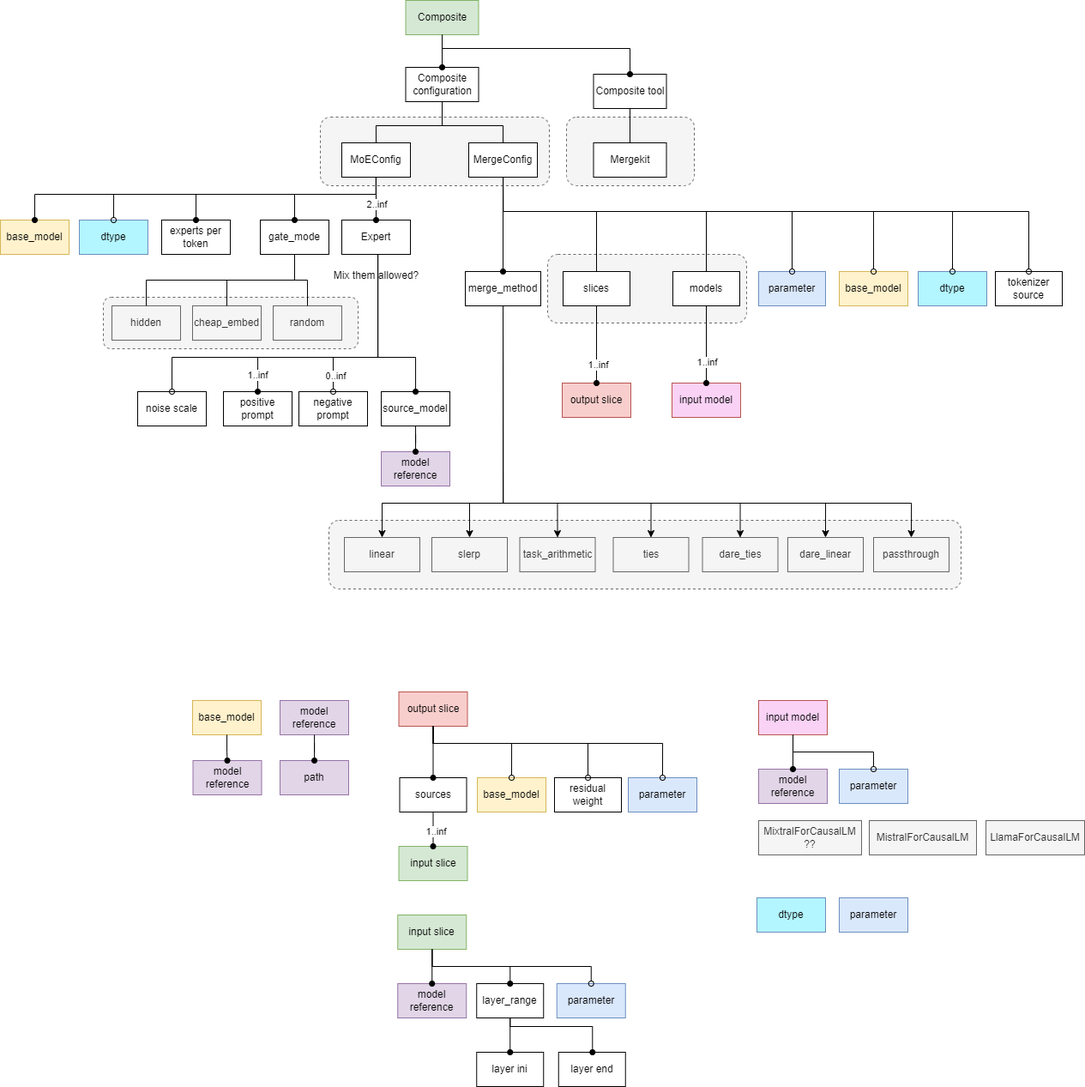
The draw.io diagram docs/source/img/feature_model.png in BESSER-PEARL/spl-for-ai, before a commit. Source tidied: cells renumbered, new cells last; positions are measured from the earlier drawing's top-left corner, leaving out a move shared by most shapes.
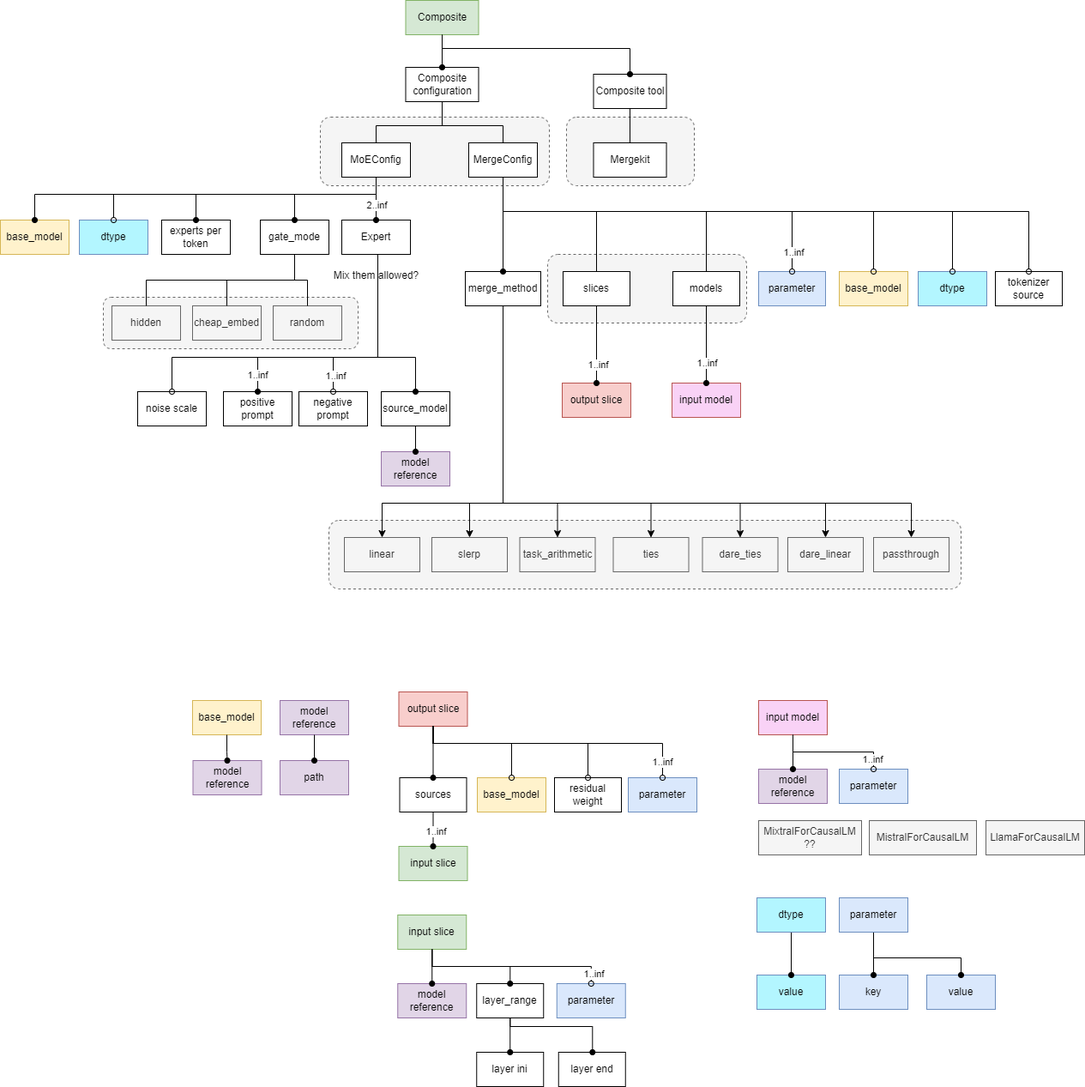
After the change.

What changed in the source:
```diff
@@ -2,6 +2,15 @@
   <root>
     <mxCell id="0" />
     <mxCell id="1" parent="0" />
+    <mxCell id="123" value="value" style="rounded=0;whiteSpace=wrap;html=1;fillColor=#b3f6ff;strokeColor=#6c8ebf;" parent="1" vertex="1">
+      <mxGeometry x="882" y="1136" width="80" height="40" as="geometry" />
+    </mxCell>
+    <mxCell id="124" value="value" style="rounded=0;whiteSpace=wrap;html=1;fillColor=#dae8fc;strokeColor=#6c8ebf;" parent="1" vertex="1">
+      <mxGeometry x="1080" y="1136" width="80" height="40" as="geometry" />
+    </mxCell>
+    <mxCell id="125" value="key" style="rounded=0;whiteSpace=wrap;html=1;fillColor=#dae8fc;strokeColor=#6c8ebf;" parent="1" vertex="1">
+      <mxGeometry x="978" y="1136" width="80" height="40" as="geometry" />
+    </mxCell>
     <mxCell id="2" style="rounded=1;whiteSpace=wrap;html=1;dashed=1;fillColor=#f5f5f5;fontColor=#333333;strokeColor=#666666;" parent="1" vertex="1">
       <mxGeometry x="383" y="606" width="737" height="80" as="geometry" />
     </mxCell>
@@ -124,6 +133,11 @@
         </Array>
       </mxGeometry>
     </mxCell>
+    <mxCell id="126" value="1..inf" style="edgeLabel;html=1;align=center;verticalAlign=middle;" parent="40" vertex="1">
+      <mxGeometry x="0.89" y="3" relative="1" as="geometry">
+        <mxPoint y="1" as="offset" />
+      </mxGeometry>
+    </mxCell>
     <mxCell id="41" value="input slice" style="rounded=0;whiteSpace=wrap;html=1;fillColor=#d5e8d4;strokeColor=#82b366;" parent="1" vertex="1">
       <mxGeometry x="463.2" y="1066" width="80" height="40" as="geometry" />
     </mxCell>
@@ -223,6 +237,9 @@
         </Array>
       </mxGeometry>
     </mxCell>
+    <mxCell id="127" value="1..inf" style="edgeLabel;html=1;align=center;verticalAlign=middle;" parent="68" vertex="1">
+      <mxGeometry x="0.9" y="1" relative="1" as="geometry" />
+    </mxCell>
     <mxCell id="69" style="edgeStyle=orthogonalEdgeStyle;rounded=0;jettySize=auto;html=1;entryX=0.5;entryY=0;entryDx=0;entryDy=0;endArrow=oval;endFill=0;" parent="1" edge="1" source="8" target="55">
       <mxGeometry relative="1" as="geometry">
         <Array as="points">
@@ -272,7 +289,7 @@
         </Array>
       </mxGeometry>
     </mxCell>
-    <mxCell id="77" value="0..inf" style="edgeLabel;html=1;align=center;verticalAlign=middle;" parent="76" vertex="1">
+    <mxCell id="77" value="1..inf" style="edgeLabel;html=1;align=center;verticalAlign=middle;" parent="76" vertex="1">
       <mxGeometry x="0.82" y="2" relative="1" as="geometry" />
     </mxCell>
     <mxCell id="78" style="rounded=0;jettySize=auto;html=1;edgeStyle=orthogonalEdgeStyle;endArrow=oval;endFill=1;" parent="1" edge="1" source="13" target="35">
@@ -504,6 +521,9 @@
         </Array>
       </mxGeometry>
     </mxCell>
+    <mxCell id="128" value="1..inf" style="edgeLabel;html=1;align=center;verticalAlign=middle;" parent="116" vertex="1">
+      <mxGeometry x="0.89" y="-1" relative="1" as="geometry" />
+    </mxCell>
     <mxCell id="117" style="edgeStyle=orthogonalEdgeStyle;rounded=0;jettySize=auto;html=1;endArrow=oval;endFill=1;" parent="1" edge="1" source="51" target="52">
       <mxGeometry relative="1" as="geometry" />
     </mxCell>
@@ -515,6 +535,11 @@
         </Array>
       </mxGeometry>
     </mxCell>
+    <mxCell id="129" value="1..inf" style="edgeLabel;html=1;align=center;verticalAlign=middle;" parent="118" vertex="1">
+      <mxGeometry x="0.8" y="-2" relative="1" as="geometry">
+        <mxPoint y="2" as="offset" />
+      </mxGeometry>
+    </mxCell>
     <mxCell id="119" style="edgeStyle=orthogonalEdgeStyle;rounded=0;orthogonalLoop=1;jettySize=auto;html=1;" parent="1" edge="1">
       <mxGeometry relative="1" as="geometry">
         <mxPoint x="927" y="1056" as="sourcePoint" />
@@ -529,9 +554,23 @@
         </Array>
       </mxGeometry>
     </mxCell>
+    <mxCell id="130" style="edgeStyle=orthogonalEdgeStyle;rounded=0;jettySize=auto;html=1;endArrow=oval;endFill=1;" parent="1" edge="1" source="121" target="123">
+      <mxGeometry relative="1" as="geometry" />
+    </mxCell>
     <mxCell id="121" value="dtype" style="rounded=0;whiteSpace=wrap;html=1;fillColor=#b3f6ff;strokeColor=#6c8ebf;" parent="1" vertex="1">
       <mxGeometry x="882" y="1046" width="80" height="40" as="geometry" />
     </mxCell>
+    <mxCell id="131" style="edgeStyle=orthogonalEdgeStyle;rounded=0;jettySize=auto;html=1;entryX=0.5;entryY=0;entryDx=0;entryDy=0;endArrow=oval;endFill=1;" parent="1" edge="1" source="122" target="125">
+      <mxGeometry relative="1" as="geometry" />
+    </mxCell>
+    <mxCell id="132" style="edgeStyle=orthogonalEdgeStyle;rounded=0;jettySize=auto;html=1;entryX=0.5;entryY=0;entryDx=0;entryDy=0;endArrow=oval;endFill=1;" parent="1" edge="1" source="122" target="124">
+      <mxGeometry relative="1" as="geometry">
+        <Array as="points">
+          <mxPoint x="1018" y="1116" />
+          <mxPoint x="1120" y="1116" />
+        </Array>
+      </mxGeometry>
+    </mxCell>
     <mxCell id="122" value="parameter" style="rounded=0;whiteSpace=wrap;html=1;fillColor=#dae8fc;strokeColor=#6c8ebf;" parent="1" vertex="1">
       <mxGeometry x="978" y="1046" width="80" height="40" as="geometry" />
     </mxCell>
```
